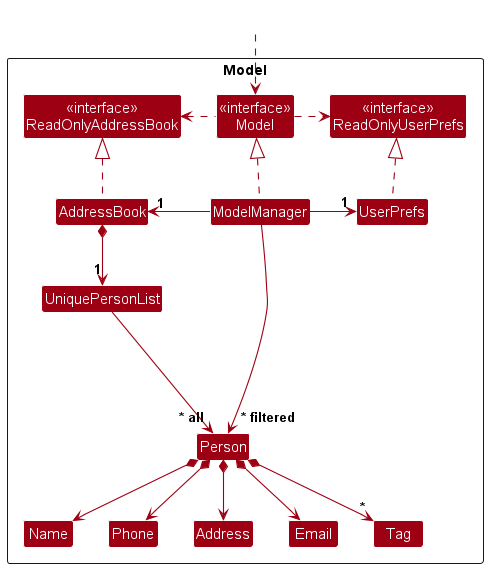
nus-cs2103-AY2425S1/tp keeps this PlantUML diagram as docs/images/ModelClassDiagram.png. Above is the earlier version.
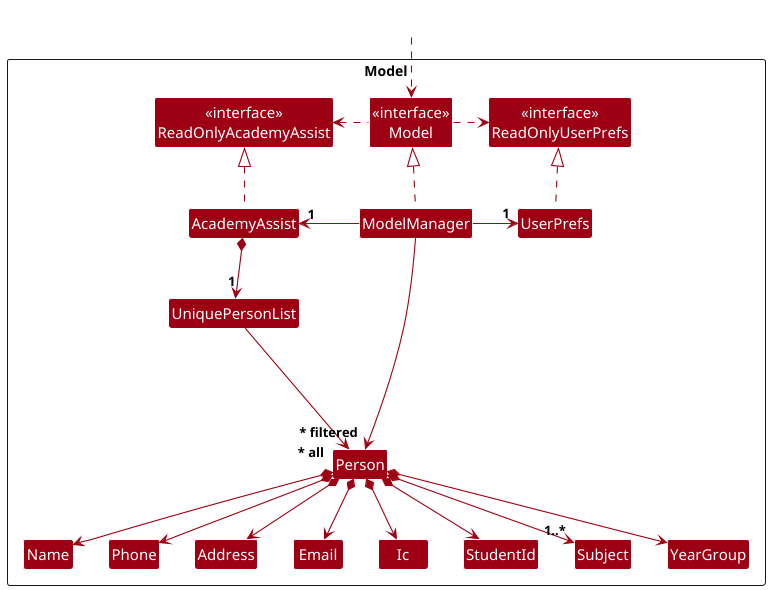
Above is the later version.

Change to the diagram source:
```diff
@@ -5,10 +5,10 @@
 skinparam classBackgroundColor MODEL_COLOR
 
 Package Model as ModelPackage <<Rectangle>>{
-Class "<<interface>>\nReadOnlyAddressBook" as ReadOnlyAddressBook
+Class "<<interface>>\nReadOnlyAcademyAssist" as ReadOnlyAcademyAssist
 Class "<<interface>>\nReadOnlyUserPrefs" as ReadOnlyUserPrefs
 Class "<<interface>>\nModel" as Model
-Class AddressBook
+Class AcademyAssist
 Class ModelManager
 Class UserPrefs
 
@@ -16,9 +16,12 @@
 Class Person
 Class Address
 Class Email
+Class Ic
 Class Name
 Class Phone
-Class Tag
+Class StudentId
+Class Subject
+Class YearGroup
 
 Class I #FFFFFF
 }
@@ -26,22 +29,25 @@
 Class HiddenOutside #FFFFFF
 HiddenOutside ..> Model
 
-AddressBook .up.|> ReadOnlyAddressBook
+AcademyAssist .up.|> ReadOnlyAcademyAssist
 
 ModelManager .up.|> Model
 Model .right.> ReadOnlyUserPrefs
-Model .left.> ReadOnlyAddressBook
-ModelManager -left-> "1" AddressBook
+Model .left.> ReadOnlyAcademyAssist
+ModelManager -left-> "1" AcademyAssist
 ModelManager -right-> "1" UserPrefs
 UserPrefs .up.|> ReadOnlyUserPrefs
 
-AddressBook *--> "1" UniquePersonList
+AcademyAssist *--> "1" UniquePersonList
 UniquePersonList --> "~* all" Person
 Person *--> Name
+Person *--> StudentId
+Person *--> Ic
 Person *--> Phone
 Person *--> Email
 Person *--> Address
-Person *--> "*" Tag
+Person *--> YearGroup
+Person *--> "1..*" Subject
 
 Person -[hidden]up--> I
 UniquePersonList -[hidden]right-> I
```
